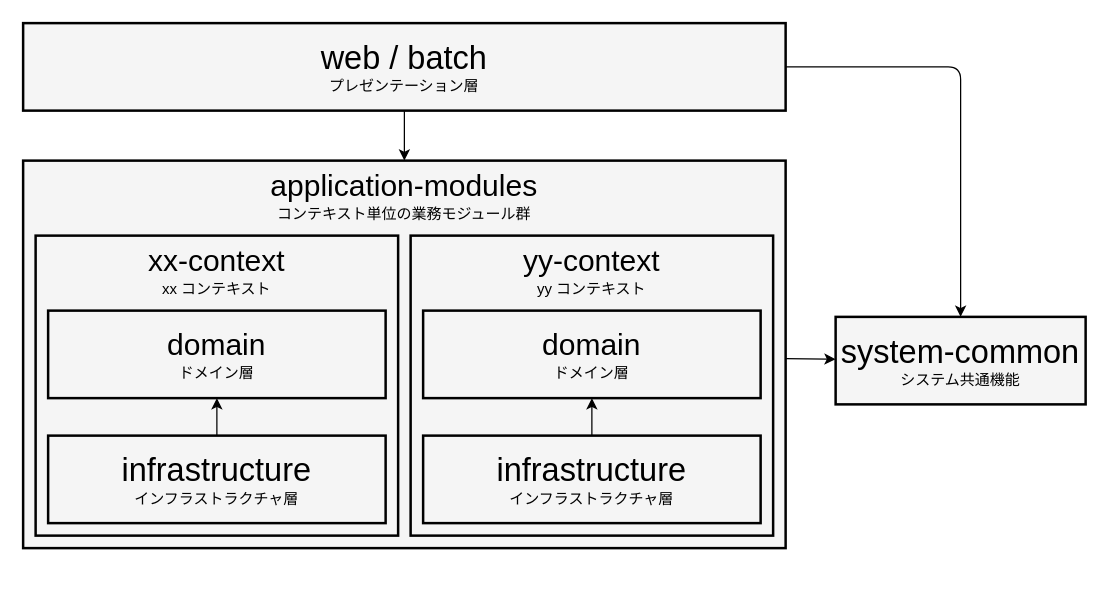
The draw.io diagram documents/_materials/images/guidebooks/how-to-develop/csr/java/subproject-dependencies-light.drawio in AlesInfiny/maia, before the edit. Source tidied: cells renumbered, new cells numbered last; positions are measured from the earlier drawing's top-left corner, leaving out a move shared by most shapes. Both pictures are drawn from the tidied source at 125%, with x=0, y=0 at pixel (22, 22).
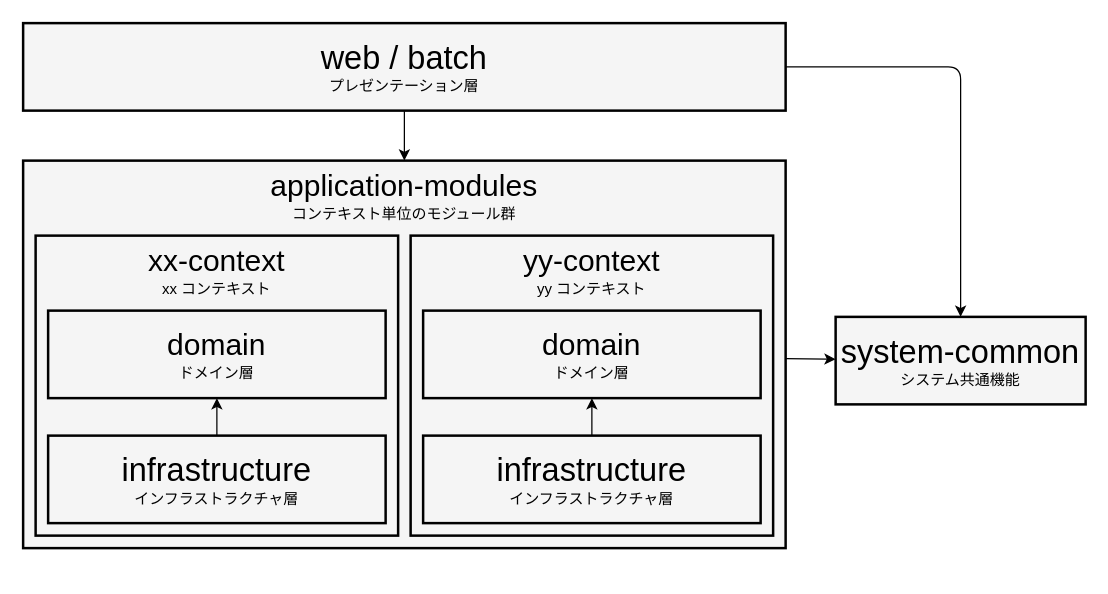
Above is the later version.

Change to the diagram source:
```diff
@@
 <mxGraphModel>
   <root>
     <mxCell id="0" />
     <mxCell id="1" parent="0" />
     <mxCell id="2" style="edgeStyle=orthogonalEdgeStyle;html=1;entryX=0.5;entryY=0;entryDx=0;entryDy=0;exitX=1;exitY=0.5;exitDx=0;exitDy=0;" parent="1" edge="1" source="4" target="5">
       <mxGeometry relative="1" as="geometry" />
     </mxCell>
     <mxCell id="3" style="edgeStyle=none;html=1;" parent="1" edge="1" source="4" target="7">
       <mxGeometry relative="1" as="geometry" />
     </mxCell>
     <mxCell id="4" value="&lt;font style=&quot;font-size: 26px;&quot;&gt;web / batch&lt;/font&gt;&lt;br&gt;プレゼンテーション層" style="rounded=0;whiteSpace=wrap;html=1;fillColor=#F5F5F5;fontColor=#000000;strokeColor=#000000;strokeWidth=2;" parent="1" vertex="1">
       <mxGeometry width="610" height="70" as="geometry" />
     </mxCell>
     <mxCell id="5" value="&lt;font style=&quot;font-size: 26px;&quot;&gt;system-common&lt;/font&gt;&lt;br&gt;システム共通機能" style="rounded=0;whiteSpace=wrap;html=1;fillColor=#F5F5F5;fontColor=#000000;strokeColor=#000000;strokeWidth=2;" parent="1" vertex="1">
       <mxGeometry x="650" y="235" width="200" height="70" as="geometry" />
     </mxCell>
     <mxCell id="6" style="group;" parent="1" vertex="1">
       <mxGeometry y="110" width="610" height="330" as="geometry" />
     </mxCell>
-    <mxCell id="7" value="&lt;span style=&quot;font-size: 24px;&quot;&gt;application-modules&lt;/span&gt;&lt;div&gt;&lt;font&gt;コンテキスト単位の業務モジュール群&lt;/font&gt;&lt;/div&gt;" style="rounded=0;whiteSpace=wrap;html=1;fillColor=#F5F5F5;fontColor=#000000;strokeColor=#000000;strokeWidth=2;verticalAlign=top;" parent="6" vertex="1">
+    <mxCell id="7" value="&lt;span style=&quot;font-size: 24px;&quot;&gt;application-modules&lt;/span&gt;&lt;div&gt;&lt;font&gt;コンテキスト単位のモジュール群&lt;/font&gt;&lt;/div&gt;" style="rounded=0;whiteSpace=wrap;html=1;fillColor=#F5F5F5;fontColor=#000000;strokeColor=#000000;strokeWidth=2;verticalAlign=top;" parent="6" vertex="1">
       <mxGeometry width="610" height="310" as="geometry" />
     </mxCell>
     <mxCell id="8" style="group;" parent="6" vertex="1">
       <mxGeometry x="10" y="60" width="290" height="240" as="geometry" />
     </mxCell>
     <mxCell id="9" value="&lt;span style=&quot;font-size: 24px;&quot;&gt;xx-context&lt;/span&gt;&lt;div&gt;&lt;font&gt;xx コンテキスト&lt;/font&gt;&lt;/div&gt;" style="rounded=0;whiteSpace=wrap;html=1;fillColor=#F5F5F5;fontColor=#000000;strokeColor=#000000;strokeWidth=2;verticalAlign=top;" parent="8" vertex="1">
       <mxGeometry width="290" height="240" as="geometry" />
     </mxCell>
     <mxCell id="10" value="&lt;font style=&quot;font-size: 24px;&quot;&gt;domain&lt;/font&gt;&lt;div&gt;ドメイン層&lt;/div&gt;" style="rounded=0;whiteSpace=wrap;html=1;fillColor=#F5F5F5;fontColor=#000000;strokeColor=#000000;strokeWidth=2;" parent="8" vertex="1">
       <mxGeometry x="10" y="60" width="270" height="70" as="geometry" />
     </mxCell>
     <mxCell id="11" value="&lt;font style=&quot;font-size: 26px;&quot;&gt;infrastructure&lt;/font&gt;&lt;br&gt;インフラストラクチャ層" style="rounded=0;whiteSpace=wrap;html=1;fillColor=#F5F5F5;fontColor=#000000;strokeColor=#000000;strokeWidth=2;" parent="8" vertex="1">
       <mxGeometry x="10" y="160" width="270" height="70" as="geometry" />
     </mxCell>
     <mxCell id="12" style="edgeStyle=none;html=1;" parent="8" edge="1" source="11" target="10">
       <mxGeometry relative="1" as="geometry" />
     </mxCell>
     <mxCell id="13" style="group;" parent="6" vertex="1">
       <mxGeometry x="310" y="60" width="290" height="240" as="geometry" />
     </mxCell>
     <mxCell id="14" value="&lt;span style=&quot;font-size: 24px;&quot;&gt;yy-context&lt;/span&gt;&lt;div&gt;&lt;font&gt;yy コンテキスト&lt;/font&gt;&lt;/div&gt;" style="rounded=0;whiteSpace=wrap;html=1;fillColor=#F5F5F5;fontColor=#000000;strokeColor=#000000;strokeWidth=2;verticalAlign=top;" parent="13" vertex="1">
       <mxGeometry width="290" height="240" as="geometry" />
     </mxCell>
     <mxCell id="15" value="&lt;span style=&quot;font-size: 24px;&quot;&gt;domain&lt;/span&gt;&lt;div&gt;ドメイン層&lt;/div&gt;" style="rounded=0;whiteSpace=wrap;html=1;fillColor=#F5F5F5;fontColor=#000000;strokeColor=#000000;strokeWidth=2;" parent="13" vertex="1">
       <mxGeometry x="10" y="60" width="270" height="70" as="geometry" />
     </mxCell>
     <mxCell id="16" value="&lt;font style=&quot;font-size: 26px;&quot;&gt;infrastructure&lt;/font&gt;&lt;br&gt;インフラストラクチャ層" style="rounded=0;whiteSpace=wrap;html=1;fillColor=#F5F5F5;fontColor=#000000;strokeColor=#000000;strokeWidth=2;" parent="13" vertex="1">
       <mxGeometry x="10" y="160" width="270" height="70" as="geometry" />
     </mxCell>
     <mxCell id="17" style="edgeStyle=none;html=1;" parent="13" edge="1" source="16" target="15">
       <mxGeometry relative="1" as="geometry" />
     </mxCell>
     <mxCell id="18" style="edgeStyle=none;html=1;" parent="1" edge="1" source="7" target="5">
       <mxGeometry relative="1" as="geometry" />
     </mxCell>
   </root>
 </mxGraphModel>
```
